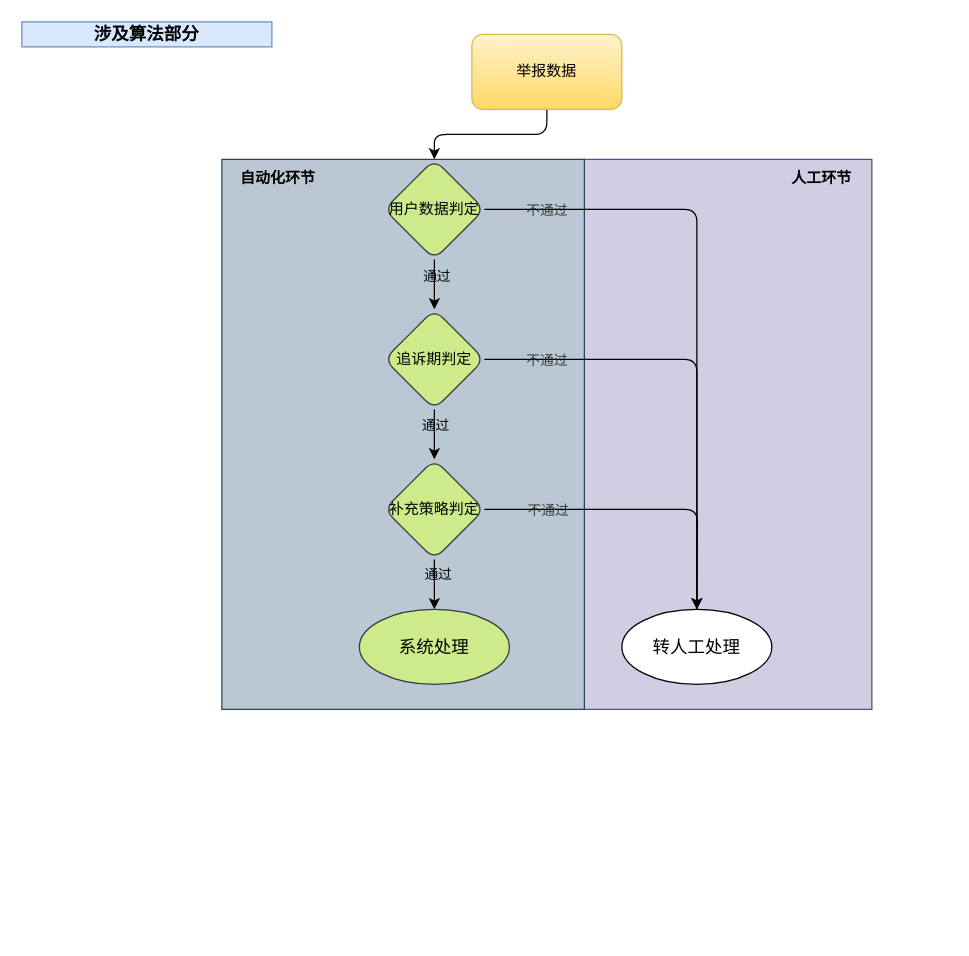
startarhwa/hello-world keeps this draw.io diagram as app.diagrams.net/Untitled Diagram.drawio. Above is the earlier version. Source tidied: cells renumbered, new cells numbered last; positions are measured from the earlier drawing's top-left corner, leaving out a move shared by most shapes. Both pictures are drawn from the tidied source at 125%, with x=0, y=0 at pixel (21, 21).
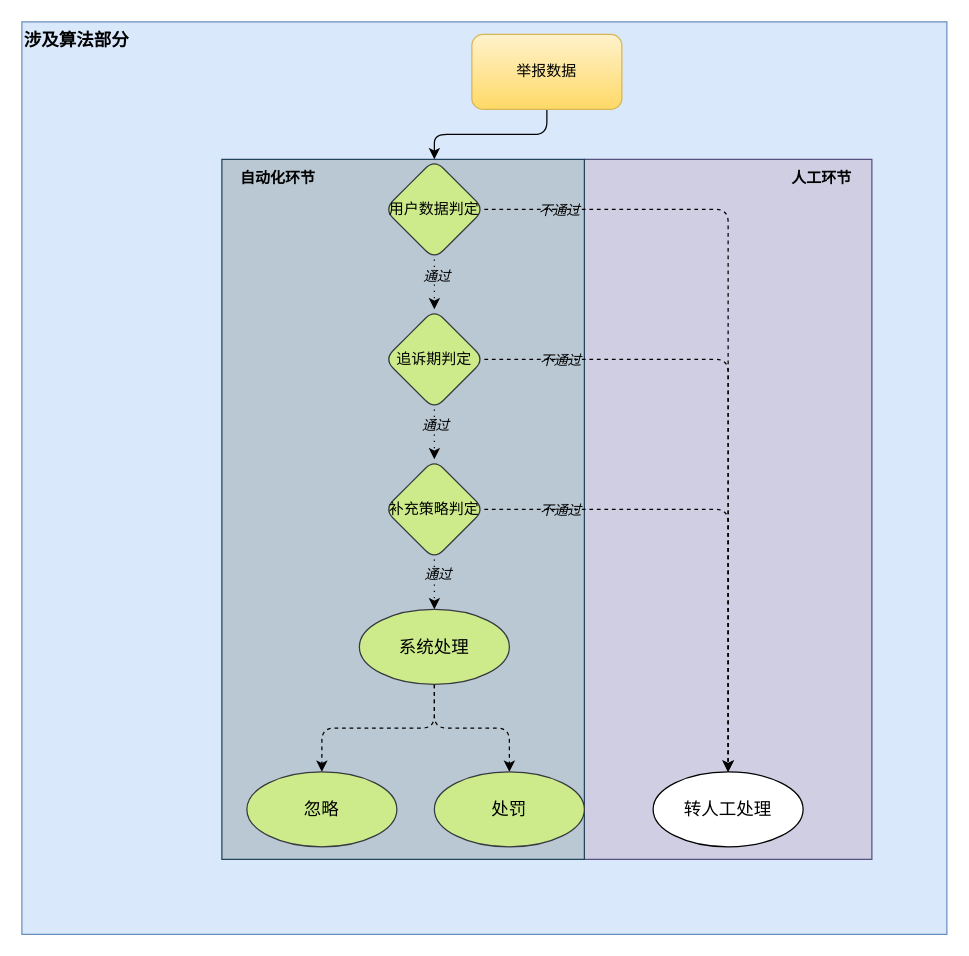
After the change.

The change refers to these unchanged cells:
```xml
<mxCell id="11" value="&lt;span&gt;用户数据判定&lt;/span&gt;" style="rhombus;whiteSpace=wrap;html=1;rounded=1;fillColor=#cdeb8b;strokeColor=#36393d;" parent="1" vertex="1">
  <mxGeometry x="290" y="110" width="80" height="80" as="geometry" />
</mxCell>
<mxCell id="16" value="追诉期&lt;span&gt;判定&lt;/span&gt;" style="rhombus;whiteSpace=wrap;html=1;rounded=1;fillColor=#cdeb8b;strokeColor=#36393d;" parent="1" vertex="1">
  <mxGeometry x="290" y="230" width="80" height="80" as="geometry" />
</mxCell>
<mxCell id="21" value="补充策略&lt;span&gt;判定&lt;/span&gt;" style="rhombus;whiteSpace=wrap;html=1;rounded=1;fillColor=#cdeb8b;strokeColor=#36393d;" parent="1" vertex="1">
  <mxGeometry x="290" y="350" width="80" height="80" as="geometry" />
</mxCell>
<mxCell id="22" value="&lt;span style=&quot;font-size: 14px&quot;&gt;系统处理&lt;/span&gt;" style="ellipse;whiteSpace=wrap;html=1;rounded=1;fillColor=#cdeb8b;strokeColor=#36393d;" parent="1" vertex="1">
  <mxGeometry x="270" y="470" width="120" height="60" as="geometry" />
</mxCell>
```

Change to the diagram source:
```diff
@@
+    <mxCell id="4" value="涉及算法部分" style="text;html=1;strokeColor=#6c8ebf;fillColor=#dae8fc;align=left;verticalAlign=top;whiteSpace=wrap;fontSize=14;fontStyle=1;" parent="1" vertex="1">
+      <mxGeometry width="740" height="730" as="geometry" />
+    </mxCell>
+    <mxCell id="26" style="edgeStyle=orthogonalEdgeStyle;rounded=1;jettySize=auto;html=1;labelBackgroundColor=default;" parent="1" edge="1" source="2" target="21">
+      <mxGeometry relative="1" as="geometry" />
+    </mxCell>
+    <mxCell id="27" style="edgeStyle=orthogonalEdgeStyle;rounded=1;jettySize=auto;html=1;labelBackgroundColor=default;" parent="1" edge="1" source="2" target="21">
+      <mxGeometry relative="1" as="geometry" />
+    </mxCell>
     <mxCell id="2" style="rounded=0;whiteSpace=wrap;fillColor=#d0cee2;strokeColor=#56517e;" parent="1" vertex="1">
-      <mxGeometry x="450" y="110" width="230" height="440" as="geometry" />
+      <mxGeometry x="450" y="110" width="230" height="560" as="geometry" />
     </mxCell>
     <mxCell id="3" style="rounded=0;whiteSpace=wrap;html=1;fillColor=#bac8d3;strokeColor=#23445d;" parent="1" vertex="1">
-      <mxGeometry x="160" y="110" width="290" height="440" as="geometry" />
+      <mxGeometry x="160" y="110" width="290" height="560" as="geometry" />
     </mxCell>
-    <mxCell id="4" value="涉及算法部分" style="text;html=1;strokeColor=#6c8ebf;fillColor=#dae8fc;align=center;verticalAlign=middle;whiteSpace=wrap;fontSize=14;fontStyle=1;" parent="1" vertex="1">
-      <mxGeometry width="200" height="20" as="geometry" />
-    </mxCell>
@@
-    <mxCell id="7" style="edgeStyle=orthogonalEdgeStyle;rounded=0;jettySize=auto;html=1;entryX=0.5;entryY=0;entryDx=0;entryDy=0;" parent="1" edge="1" source="11" target="16">
+    <mxCell id="7" style="edgeStyle=orthogonalEdgeStyle;rounded=0;jettySize=auto;html=1;entryX=0.5;entryY=0;entryDx=0;entryDy=0;dashed=1;dashPattern=1 4;" parent="1" edge="1" source="11" target="16">
       <mxGeometry relative="1" as="geometry" />
     </mxCell>
-    <mxCell id="8" value="通过" style="edgeLabel;html=1;align=center;verticalAlign=middle;labelBackgroundColor=none;" parent="7" vertex="1">
+    <mxCell id="8" value="通过" style="edgeLabel;html=1;align=center;verticalAlign=middle;labelBackgroundColor=none;fontStyle=2;" parent="7" vertex="1">
       <mxGeometry x="-0.36" y="1" relative="1" as="geometry" />
     </mxCell>
-    <mxCell id="9" style="edgeStyle=orthogonalEdgeStyle;rounded=1;jettySize=auto;html=1;entryX=0.5;entryY=0;entryDx=0;entryDy=0;labelBackgroundColor=default;" parent="1" edge="1" source="11" target="23">
+    <mxCell id="9" style="edgeStyle=orthogonalEdgeStyle;rounded=1;jettySize=auto;html=1;entryX=0.5;entryY=0;entryDx=0;entryDy=0;labelBackgroundColor=default;dashed=1;" parent="1" edge="1" source="11" target="23">
       <mxGeometry relative="1" as="geometry" />
     </mxCell>
-    <mxCell id="10" value="不通过" style="edgeLabel;align=center;verticalAlign=middle;labelBackgroundColor=none;labelBorderColor=none;textOpacity=70;fontStyle=0;html=1;" parent="9" vertex="1">
+    <mxCell id="10" value="不通过" style="edgeLabel;align=center;verticalAlign=middle;labelBackgroundColor=none;labelBorderColor=none;fontStyle=2;html=1;" parent="9" vertex="1">
       <mxGeometry x="-0.83" relative="1" as="geometry">
-        <mxPoint x="7" as="offset" />
+        <mxPoint x="4" as="offset" />
       </mxGeometry>
     </mxCell>
@@
-    <mxCell id="12" style="edgeStyle=orthogonalEdgeStyle;rounded=0;jettySize=auto;html=1;" parent="1" edge="1" source="16" target="21">
+    <mxCell id="12" style="edgeStyle=orthogonalEdgeStyle;rounded=0;jettySize=auto;html=1;dashed=1;dashPattern=1 4;" parent="1" edge="1" source="16" target="21">
       <mxGeometry relative="1" as="geometry" />
     </mxCell>
-    <mxCell id="13" value="通过" style="edgeLabel;html=1;align=center;verticalAlign=middle;labelBackgroundColor=none;" parent="12" vertex="1">
+    <mxCell id="13" value="通过" style="edgeLabel;html=1;align=center;verticalAlign=middle;labelBackgroundColor=none;fontStyle=2;" parent="12" vertex="1">
       <mxGeometry x="-0.38" relative="1" as="geometry" />
     </mxCell>
-    <mxCell id="14" style="edgeStyle=orthogonalEdgeStyle;rounded=1;jettySize=auto;html=1;entryX=0.5;entryY=0;entryDx=0;entryDy=0;" parent="1" edge="1" source="16" target="23">
+    <mxCell id="14" style="edgeStyle=orthogonalEdgeStyle;rounded=1;jettySize=auto;html=1;entryX=0.5;entryY=0;entryDx=0;entryDy=0;dashed=1;" parent="1" edge="1" source="16" target="23">
       <mxGeometry relative="1" as="geometry" />
     </mxCell>
-    <mxCell id="15" value="不通过" style="edgeLabel;html=1;align=center;verticalAlign=middle;labelBackgroundColor=none;textOpacity=70;" parent="14" vertex="1">
+    <mxCell id="15" value="不通过" style="edgeLabel;html=1;align=center;verticalAlign=middle;labelBackgroundColor=none;fontStyle=2;" parent="14" vertex="1">
       <mxGeometry x="-0.79" y="-3" relative="1" as="geometry">
-        <mxPoint x="10" y="-3" as="offset" />
+        <mxPoint x="5" y="-3" as="offset" />
       </mxGeometry>
     </mxCell>
@@
-    <mxCell id="17" style="edgeStyle=orthogonalEdgeStyle;rounded=0;jettySize=auto;html=1;" parent="1" edge="1" source="21" target="22">
+    <mxCell id="17" style="edgeStyle=orthogonalEdgeStyle;rounded=0;jettySize=auto;html=1;dashed=1;dashPattern=1 4;" parent="1" edge="1" source="21" target="22">
       <mxGeometry relative="1" as="geometry" />
     </mxCell>
-    <mxCell id="18" value="通过" style="edgeLabel;html=1;align=center;verticalAlign=middle;labelBackgroundColor=none;" parent="17" vertex="1">
+    <mxCell id="18" value="通过" style="edgeLabel;html=1;align=center;verticalAlign=middle;labelBackgroundColor=none;fontStyle=2;" parent="17" vertex="1">
       <mxGeometry x="-0.43" y="2" relative="1" as="geometry" />
     </mxCell>
-    <mxCell id="19" style="edgeStyle=orthogonalEdgeStyle;rounded=1;jettySize=auto;html=1;" parent="1" edge="1" source="21">
-      <mxGeometry relative="1" as="geometry">
-        <mxPoint x="540" y="480" as="targetPoint" />
-      </mxGeometry>
+    <mxCell id="19" style="edgeStyle=orthogonalEdgeStyle;rounded=1;jettySize=auto;html=1;dashed=1;entryX=0.5;entryY=0;entryDx=0;entryDy=0;" parent="1" edge="1" source="21" target="23">
+      <mxGeometry relative="1" as="geometry" />
     </mxCell>
-    <mxCell id="20" value="不通过" style="edgeLabel;html=1;align=center;verticalAlign=middle;textOpacity=70;labelBackgroundColor=none;" parent="19" vertex="1">
+    <mxCell id="20" value="不通过" style="edgeLabel;html=1;align=center;verticalAlign=middle;labelBackgroundColor=none;fontStyle=2;" parent="19" vertex="1">
       <mxGeometry x="-0.71" y="1" relative="1" as="geometry">
-        <mxPoint x="12" y="1" as="offset" />
+        <mxPoint x="1" y="1" as="offset" />
       </mxGeometry>
     </mxCell>
@@
+    <mxCell id="28" style="edgeStyle=orthogonalEdgeStyle;rounded=1;jettySize=auto;html=1;labelBackgroundColor=default;dashed=1;" parent="1" edge="1" source="22" target="30">
+      <mxGeometry relative="1" as="geometry" />
+    </mxCell>
+    <mxCell id="29" style="edgeStyle=orthogonalEdgeStyle;rounded=1;jettySize=auto;html=1;labelBackgroundColor=default;dashed=1;" parent="1" edge="1" source="22" target="31">
+      <mxGeometry relative="1" as="geometry" />
+    </mxCell>
@@
     <mxCell id="23" value="&lt;span style=&quot;font-size: 14px&quot;&gt;转人工处理&lt;/span&gt;" style="ellipse;whiteSpace=wrap;html=1;rounded=1;" parent="1" vertex="1">
-      <mxGeometry x="480" y="470" width="120" height="60" as="geometry" />
+      <mxGeometry x="505" y="600" width="120" height="60" as="geometry" />
     </mxCell>
@@
+    <mxCell id="30" value="&lt;p class=&quot;MsoNormal&quot;&gt;&lt;span&gt;&lt;span style=&quot;font-size: 10.5000pt&quot;&gt;&lt;font face=&quot;宋体&quot;&gt;忽略&lt;/font&gt;&lt;/span&gt;&lt;/span&gt;&lt;/p&gt;" style="ellipse;whiteSpace=wrap;html=1;rounded=1;fillColor=#cdeb8b;strokeColor=#36393d;fontStyle=0;" parent="1" vertex="1">
+      <mxGeometry x="180" y="600" width="120" height="60" as="geometry" />
+    </mxCell>
+    <mxCell id="31" value="&lt;p class=&quot;MsoNormal&quot;&gt;&lt;span&gt;&lt;span style=&quot;font-size: 10.5000pt&quot;&gt;&lt;font face=&quot;宋体&quot;&gt;处罚&lt;/font&gt;&lt;/span&gt;&lt;/span&gt;&lt;/p&gt;" style="ellipse;whiteSpace=wrap;html=1;rounded=1;fillColor=#cdeb8b;strokeColor=#36393d;fontStyle=0;" parent="1" vertex="1">
+      <mxGeometry x="330" y="600" width="120" height="60" as="geometry" />
+    </mxCell>
```
